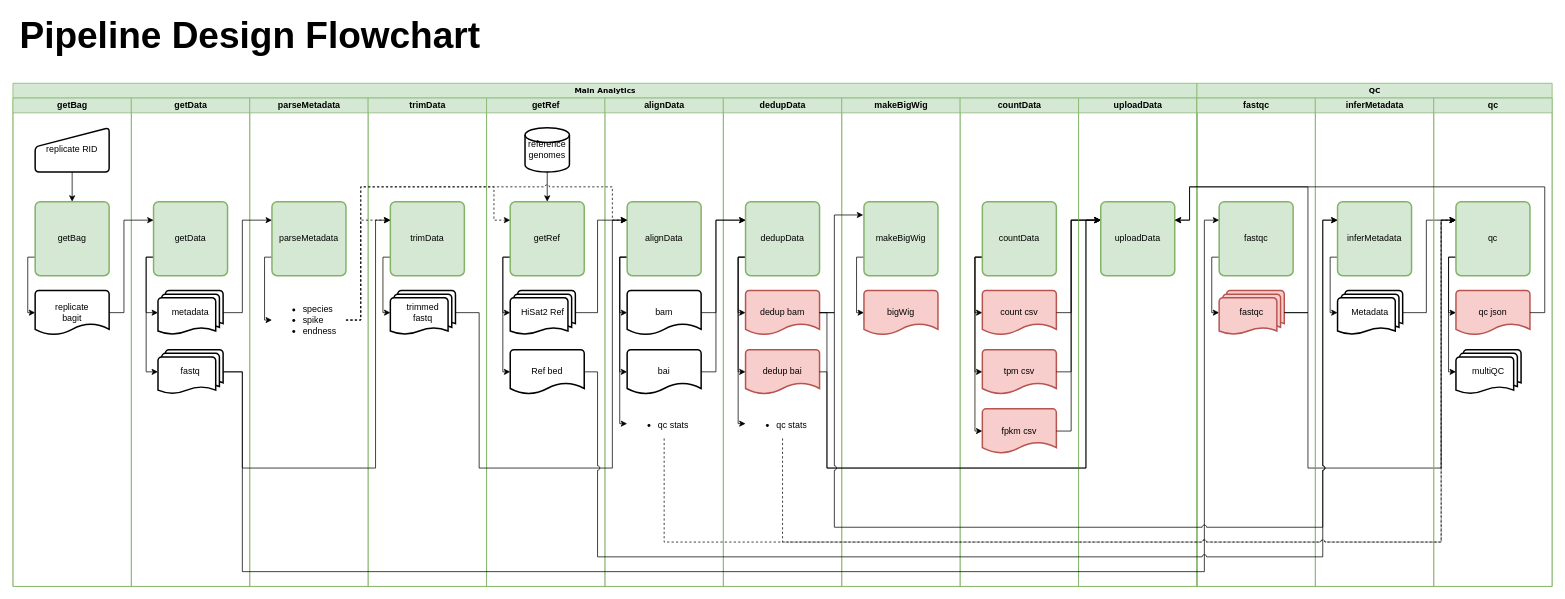
Above: docs/RNA-Seq Pipeline Design Flowchart.drawio in GHAStVHenry/GUDMAP-RBK.rna-seq (draw.io), before the change. Source tidied: cells renumbered, new cells numbered last; positions are measured from the earlier drawing's top-left corner, leaving out a move shared by most shapes. Both pictures are drawn from the tidied source at 74%, with x=0, y=0 at pixel (13, 24).
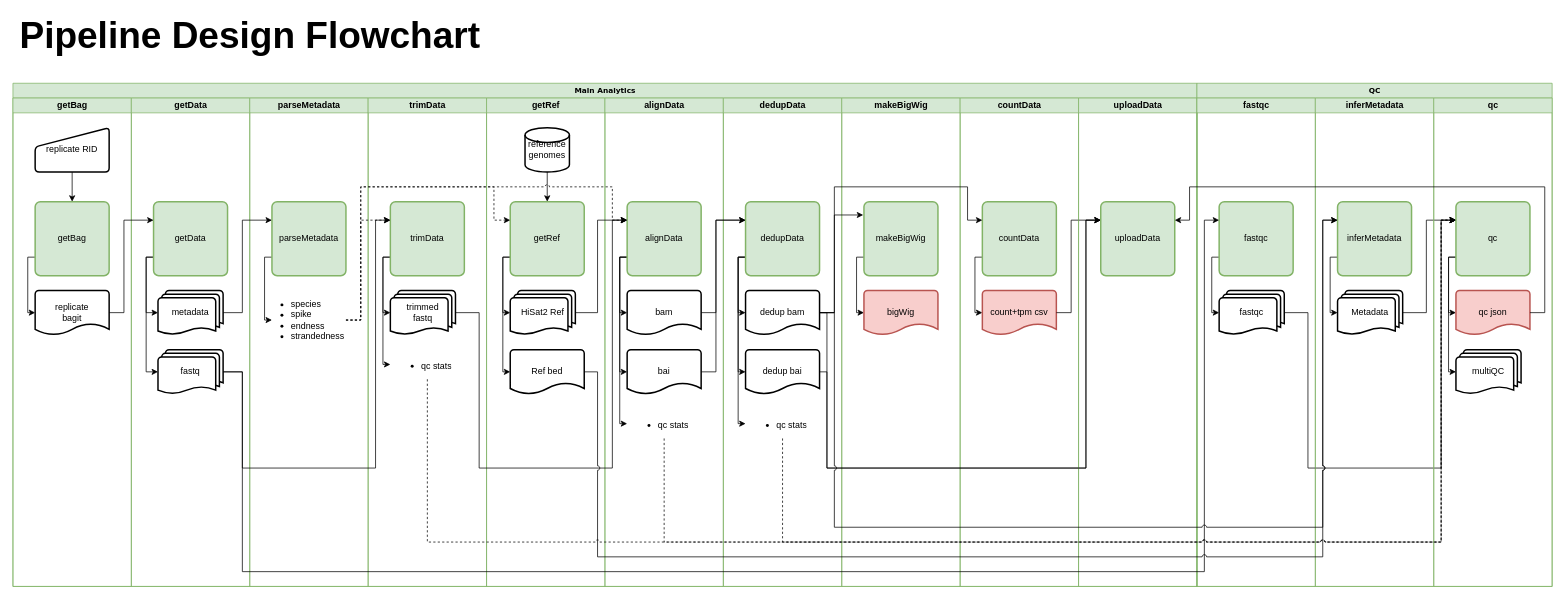
After the change.

The change refers to these unchanged cells:
```xml
<mxCell id="2" value="&lt;font style=&quot;font-size: 10px&quot;&gt;Main Analytics&lt;/font&gt;" style="swimlane;html=1;startSize=20;rounded=0;shadow=0;labelBackgroundColor=none;strokeWidth=1;fontFamily=Verdana;fontSize=8;align=center;fillColor=#d5e8d4;strokeColor=#82b366;" parent="1" vertex="1">
  <mxGeometry y="80" width="1600" height="680" as="geometry" />
</mxCell>
<mxCell id="15" value="parseMetadata" style="swimlane;html=1;startSize=20;fillColor=#d5e8d4;strokeColor=#82b366;" parent="2" vertex="1">
  <mxGeometry x="320" y="20" width="160" height="660" as="geometry" />
</mxCell>
<mxCell id="19" value="trimData" style="swimlane;html=1;startSize=20;fillColor=#d5e8d4;strokeColor=#82b366;" parent="2" vertex="1">
  <mxGeometry x="480" y="20" width="160" height="660" as="geometry" />
</mxCell>
<mxCell id="21" value="trimData" style="rounded=1;whiteSpace=wrap;html=1;absoluteArcSize=1;arcSize=14;strokeWidth=2;fillColor=#d5e8d4;strokeColor=#82b366;" parent="19" vertex="1">
  <mxGeometry x="30" y="140" width="100" height="100" as="geometry" />
</mxCell>
<mxCell id="47" value="dedupData" style="swimlane;html=1;startSize=20;fillColor=#d5e8d4;strokeColor=#82b366;" parent="2" vertex="1">
  <mxGeometry x="960" y="20" width="160" height="660" as="geometry" />
</mxCell>
<mxCell id="59" value="countData" style="swimlane;html=1;startSize=20;fillColor=#d5e8d4;strokeColor=#82b366;" parent="2" vertex="1">
  <mxGeometry x="1280" y="20" width="160" height="660" as="geometry" />
</mxCell>
<mxCell id="63" value="countData" style="rounded=1;whiteSpace=wrap;html=1;absoluteArcSize=1;arcSize=14;strokeWidth=2;fillColor=#d5e8d4;strokeColor=#82b366;" parent="59" vertex="1">
  <mxGeometry x="30" y="140" width="100" height="100" as="geometry" />
</mxCell>
<mxCell id="72" value="uploadData" style="rounded=1;whiteSpace=wrap;html=1;absoluteArcSize=1;arcSize=14;strokeWidth=2;fillColor=#d5e8d4;strokeColor=#82b366;" parent="71" vertex="1">
  <mxGeometry x="30" y="140" width="100" height="100" as="geometry" />
</mxCell>
<mxCell id="79" value="fastqc" style="swimlane;html=1;startSize=20;fillColor=#d5e8d4;strokeColor=#82b366;" parent="78" vertex="1">
  <mxGeometry y="20" width="160" height="660" as="geometry" />
</mxCell>
<mxCell id="92" value="qc" style="rounded=1;whiteSpace=wrap;html=1;absoluteArcSize=1;arcSize=14;strokeWidth=2;fillColor=#d5e8d4;strokeColor=#82b366;" parent="89" vertex="1">
  <mxGeometry x="30" y="140" width="100" height="100" as="geometry" />
</mxCell>
```

What changed in the source:
```diff
@@
-    <mxCell id="18" value="&lt;ul&gt;&lt;li&gt;species&lt;/li&gt;&lt;li&gt;spike&lt;/li&gt;&lt;li&gt;endness&lt;/li&gt;&lt;/ul&gt;" style="text;strokeColor=none;fillColor=none;html=1;whiteSpace=wrap;verticalAlign=middle;overflow=hidden;" parent="15" vertex="1">
+    <mxCell id="18" value="&lt;ul style=&quot;font-size: 12px;&quot;&gt;&lt;li style=&quot;font-size: 12px;&quot;&gt;species&lt;/li&gt;&lt;li style=&quot;font-size: 12px;&quot;&gt;spike&lt;/li&gt;&lt;li style=&quot;font-size: 12px;&quot;&gt;endness&lt;/li&gt;&lt;li style=&quot;font-size: 12px;&quot;&gt;strandedness&lt;/li&gt;&lt;/ul&gt;" style="text;strokeColor=none;fillColor=none;html=1;whiteSpace=wrap;verticalAlign=middle;overflow=hidden;labelPosition=center;verticalLabelPosition=middle;align=left;spacing=-14;fontSize=12;" parent="15" vertex="1">
       <mxGeometry x="30" y="260" width="100" height="80" as="geometry" />
     </mxCell>
@@
+    <mxCell id="102" style="edgeStyle=orthogonalEdgeStyle;rounded=0;jettySize=auto;html=1;exitX=0;exitY=0.75;exitDx=0;exitDy=0;entryX=0;entryY=0.5;entryDx=0;entryDy=0;fontSize=12;" parent="19" edge="1" source="21" target="103">
+      <mxGeometry relative="1" as="geometry">
+        <Array as="points">
+          <mxPoint x="20" y="215" />
+          <mxPoint x="20" y="360" />
+        </Array>
+      </mxGeometry>
+    </mxCell>
@@
+    <mxCell id="103" value="&lt;ul&gt;&lt;li&gt;qc stats&lt;/li&gt;&lt;/ul&gt;" style="text;strokeColor=none;fillColor=none;html=1;whiteSpace=wrap;verticalAlign=middle;overflow=hidden;" parent="19" vertex="1">
+      <mxGeometry x="30" y="340" width="100" height="40" as="geometry" />
+    </mxCell>
@@
-    <mxCell id="52" value="dedup bam" style="strokeWidth=2;html=1;shape=mxgraph.flowchart.document2;whiteSpace=wrap;size=0.25;fillColor=#f8cecc;strokeColor=#b85450;" parent="47" vertex="1">
+    <mxCell id="52" value="dedup bam" style="strokeWidth=2;html=1;shape=mxgraph.flowchart.document2;whiteSpace=wrap;size=0.25;" parent="47" vertex="1">
       <mxGeometry x="30" y="260" width="100" height="60" as="geometry" />
     </mxCell>
@@
-    <mxCell id="54" value="dedup bai" style="strokeWidth=2;html=1;shape=mxgraph.flowchart.document2;whiteSpace=wrap;size=0.25;fillColor=#f8cecc;strokeColor=#b85450;" parent="47" vertex="1">
+    <mxCell id="54" value="dedup bai" style="strokeWidth=2;html=1;shape=mxgraph.flowchart.document2;whiteSpace=wrap;size=0.25;" parent="47" vertex="1">
       <mxGeometry x="30" y="340" width="100" height="60" as="geometry" />
     </mxCell>
@@
-    <mxCell id="61" style="edgeStyle=orthogonalEdgeStyle;rounded=0;jumpStyle=arc;jettySize=auto;html=1;exitX=0;exitY=0.75;exitDx=0;exitDy=0;entryX=0;entryY=0.5;entryDx=0;entryDy=0;entryPerimeter=0;" parent="59" edge="1" source="63" target="65">
-      <mxGeometry relative="1" as="geometry">
-        <Array as="points">
-          <mxPoint x="20" y="215" />
-          <mxPoint x="20" y="370" />
-        </Array>
-      </mxGeometry>
-    </mxCell>
-    <mxCell id="62" style="edgeStyle=orthogonalEdgeStyle;rounded=0;jumpStyle=arc;jettySize=auto;html=1;exitX=0;exitY=0.75;exitDx=0;exitDy=0;entryX=0;entryY=0.5;entryDx=0;entryDy=0;entryPerimeter=0;" parent="59" edge="1" source="63" target="66">
-      <mxGeometry relative="1" as="geometry">
-        <Array as="points">
-          <mxPoint x="20" y="215" />
-          <mxPoint x="20" y="450" />
-        </Array>
-      </mxGeometry>
-    </mxCell>
@@
-    <mxCell id="64" value="count csv" style="strokeWidth=2;html=1;shape=mxgraph.flowchart.document2;whiteSpace=wrap;size=0.25;fillColor=#f8cecc;strokeColor=#b85450;" parent="59" vertex="1">
+    <mxCell id="64" value="count+tpm csv" style="strokeWidth=2;html=1;shape=mxgraph.flowchart.document2;whiteSpace=wrap;size=0.25;fillColor=#f8cecc;strokeColor=#b85450;" parent="59" vertex="1">
       <mxGeometry x="30" y="260" width="100" height="60" as="geometry" />
     </mxCell>
-    <mxCell id="65" value="tpm csv" style="strokeWidth=2;html=1;shape=mxgraph.flowchart.document2;whiteSpace=wrap;size=0.25;fillColor=#f8cecc;strokeColor=#b85450;" parent="59" vertex="1">
-      <mxGeometry x="30" y="340" width="100" height="60" as="geometry" />
-    </mxCell>
-    <mxCell id="66" value="fpkm csv" style="strokeWidth=2;html=1;shape=mxgraph.flowchart.document2;whiteSpace=wrap;size=0.25;fillColor=#f8cecc;strokeColor=#b85450;" parent="59" vertex="1">
-      <mxGeometry x="30" y="420" width="100" height="60" as="geometry" />
-    </mxCell>
@@
-    <mxCell id="68" style="edgeStyle=orthogonalEdgeStyle;rounded=0;jumpStyle=arc;jettySize=auto;html=1;exitX=1;exitY=0.5;exitDx=0;exitDy=0;exitPerimeter=0;entryX=0;entryY=0.25;entryDx=0;entryDy=0;strokeColor=#000000;" parent="2" edge="1" source="65" target="72">
-      <mxGeometry relative="1" as="geometry">
-        <Array as="points">
-          <mxPoint x="1430" y="390" />
-          <mxPoint x="1430" y="185" />
-        </Array>
-      </mxGeometry>
-    </mxCell>
-    <mxCell id="69" style="edgeStyle=orthogonalEdgeStyle;rounded=0;jumpStyle=arc;jettySize=auto;html=1;exitX=1;exitY=0.5;exitDx=0;exitDy=0;exitPerimeter=0;entryX=0;entryY=0.25;entryDx=0;entryDy=0;strokeColor=#000000;" parent="2" edge="1" source="66" target="72">
-      <mxGeometry relative="1" as="geometry">
-        <Array as="points">
-          <mxPoint x="1430" y="470" />
-          <mxPoint x="1430" y="185" />
-        </Array>
-      </mxGeometry>
-    </mxCell>
@@
+    <mxCell id="104" style="edgeStyle=orthogonalEdgeStyle;rounded=0;jettySize=auto;html=1;exitX=1;exitY=0.5;exitDx=0;exitDy=0;exitPerimeter=0;entryX=0;entryY=0.25;entryDx=0;entryDy=0;" parent="2" edge="1" source="52" target="63">
+      <mxGeometry relative="1" as="geometry">
+        <Array as="points">
+          <mxPoint x="1110" y="310" />
+          <mxPoint x="1110" y="140" />
+          <mxPoint x="1290" y="140" />
+          <mxPoint x="1290" y="185" />
+        </Array>
+      </mxGeometry>
+    </mxCell>
@@
-    <mxCell id="82" value="fastqc" style="strokeWidth=2;html=1;shape=mxgraph.flowchart.multi-document;whiteSpace=wrap;fillColor=#f8cecc;strokeColor=#b85450;" parent="79" vertex="1">
+    <mxCell id="82" value="fastqc" style="strokeWidth=2;html=1;shape=mxgraph.flowchart.multi-document;whiteSpace=wrap;" parent="79" vertex="1">
       <mxGeometry x="30" y="260" width="88" height="60" as="geometry" />
     </mxCell>
@@
-    <mxCell id="99" style="edgeStyle=orthogonalEdgeStyle;rounded=0;jumpStyle=arc;jettySize=auto;html=1;exitX=1;exitY=0.5;exitDx=0;exitDy=0;exitPerimeter=0;entryX=1;entryY=0.25;entryDx=0;entryDy=0;strokeColor=#000000;" parent="1" edge="1" source="82" target="72">
-      <mxGeometry relative="1" as="geometry">
-        <Array as="points">
-          <mxPoint x="1750" y="390" />
-          <mxPoint x="1750" y="220" />
-          <mxPoint x="1590" y="220" />
-          <mxPoint x="1590" y="265" />
-        </Array>
-      </mxGeometry>
-    </mxCell>
@@
+    <mxCell id="105" style="edgeStyle=orthogonalEdgeStyle;rounded=0;jettySize=auto;html=1;exitX=0.5;exitY=1;exitDx=0;exitDy=0;entryX=0;entryY=0.25;entryDx=0;entryDy=0;fontSize=12;jumpStyle=arc;dashed=1;" parent="1" edge="1" source="103" target="92">
+      <mxGeometry relative="1" as="geometry">
+        <Array as="points">
+          <mxPoint x="560" y="700" />
+          <mxPoint x="1930" y="700" />
+          <mxPoint x="1930" y="265" />
+        </Array>
+      </mxGeometry>
+    </mxCell>
```
